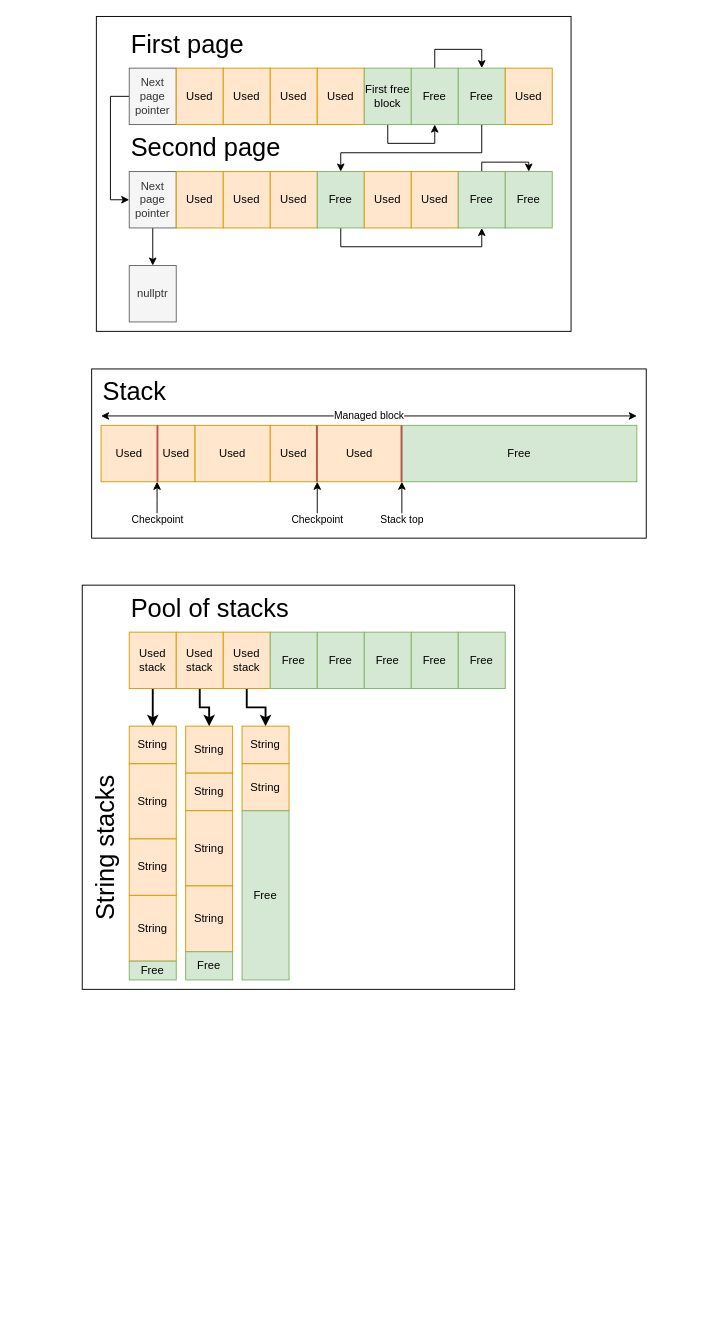
Above: assets_source/diagrams/EmergenceMemoryManagement.drawio in KonstantinTomashevich/what-kind-of-developer-are-you.gihub.io (draw.io), before the change. Source tidied: cells renumbered, new cells numbered last; positions are measured from the earlier drawing's top-left corner, leaving out a move shared by most shapes. Both pictures are drawn from the tidied source at 94%, with x=0, y=0 at pixel (82, 16).
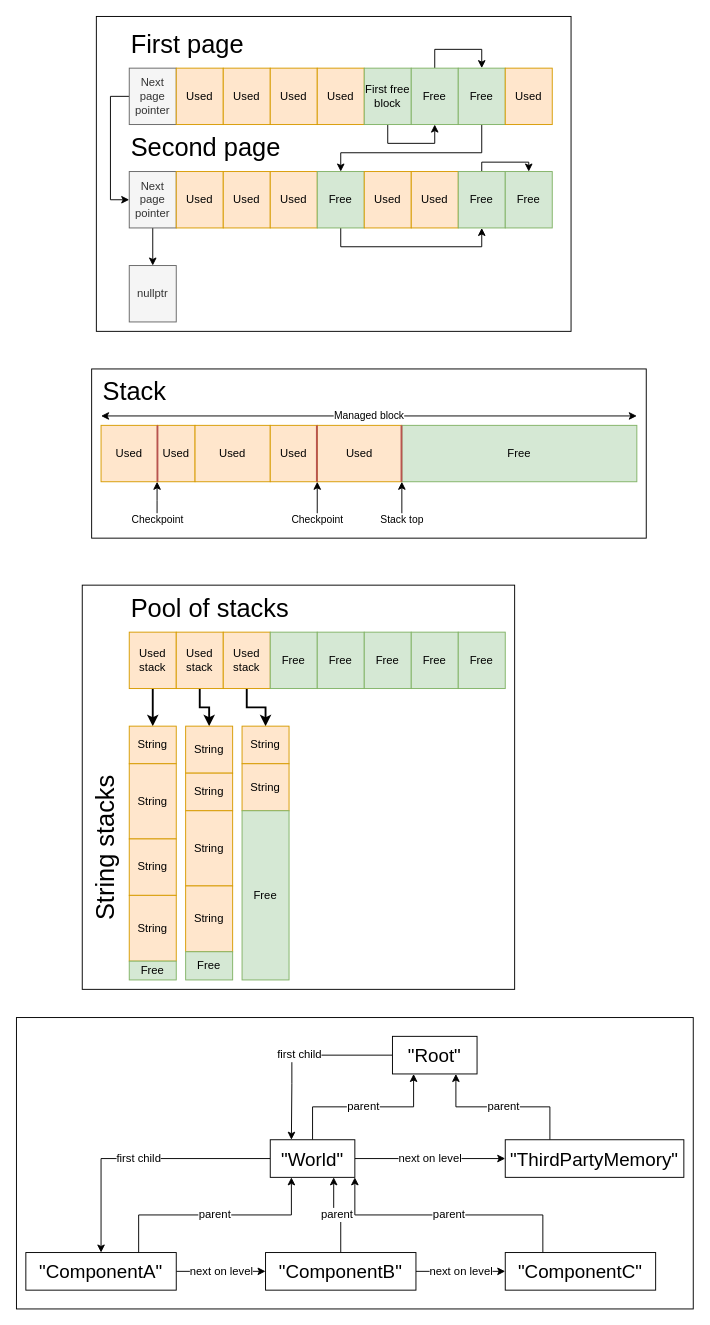
The same diagram, later.

Diff of the diagram source:
```diff
@@
+    <mxCell id="73" style="rounded=0;whiteSpace=wrap;html=1;shadow=0;glass=0;labelBackgroundColor=none;labelBorderColor=none;sketch=0;fontSize=24;" parent="1" vertex="1">
+      <mxGeometry x="-70" y="1065" width="720" height="310" as="geometry" />
+    </mxCell>
@@
+    <mxCell id="74" value="first child" style="edgeStyle=orthogonalEdgeStyle;rounded=0;jettySize=auto;html=1;exitX=0;exitY=0.5;exitDx=0;exitDy=0;entryX=0.25;entryY=0;entryDx=0;entryDy=0;fontSize=12;" parent="1" edge="1" source="75" target="79">
+      <mxGeometry relative="1" as="geometry">
+        <Array as="points">
+          <mxPoint x="223" y="1105" />
+          <mxPoint x="223" y="1135" />
+        </Array>
+      </mxGeometry>
+    </mxCell>
+    <mxCell id="75" value="&lt;font style=&quot;font-size: 20px;&quot;&gt;&quot;Root&quot;&lt;/font&gt;" style="rounded=0;whiteSpace=wrap;html=1;" parent="1" vertex="1">
+      <mxGeometry x="330" y="1085" width="90" height="40" as="geometry" />
+    </mxCell>
+    <mxCell id="76" value="parent" style="edgeStyle=orthogonalEdgeStyle;rounded=0;jettySize=auto;html=1;exitX=0.5;exitY=0;exitDx=0;exitDy=0;entryX=0.25;entryY=1;entryDx=0;entryDy=0;fontSize=12;" parent="1" edge="1" source="79" target="75">
+      <mxGeometry relative="1" as="geometry" />
+    </mxCell>
+    <mxCell id="77" value="next on level" style="edgeStyle=orthogonalEdgeStyle;rounded=0;jettySize=auto;html=1;exitX=1;exitY=0.5;exitDx=0;exitDy=0;entryX=0;entryY=0.5;entryDx=0;entryDy=0;fontSize=12;" parent="1" edge="1" source="79" target="81">
+      <mxGeometry relative="1" as="geometry" />
+    </mxCell>
+    <mxCell id="78" value="first child" style="edgeStyle=orthogonalEdgeStyle;rounded=0;jettySize=auto;html=1;exitX=0;exitY=0.5;exitDx=0;exitDy=0;entryX=0.5;entryY=0;entryDx=0;entryDy=0;fontSize=12;" parent="1" edge="1" source="79" target="84">
+      <mxGeometry relative="1" as="geometry" />
+    </mxCell>
+    <mxCell id="79" value="&lt;span style=&quot;font-size: 20px;&quot;&gt;&quot;World&quot;&lt;/span&gt;" style="rounded=0;whiteSpace=wrap;html=1;" parent="1" vertex="1">
+      <mxGeometry x="200" y="1195" width="90" height="40" as="geometry" />
+    </mxCell>
+    <mxCell id="80" value="parent" style="edgeStyle=orthogonalEdgeStyle;rounded=0;jettySize=auto;html=1;exitX=0.25;exitY=0;exitDx=0;exitDy=0;entryX=0.75;entryY=1;entryDx=0;entryDy=0;fontSize=12;" parent="1" edge="1" source="81" target="75">
+      <mxGeometry relative="1" as="geometry" />
+    </mxCell>
+    <mxCell id="81" value="&lt;span style=&quot;font-size: 20px;&quot;&gt;&quot;ThirdPartyMemory&quot;&lt;/span&gt;" style="rounded=0;whiteSpace=wrap;html=1;" parent="1" vertex="1">
+      <mxGeometry x="450" y="1195" width="190" height="40" as="geometry" />
+    </mxCell>
+    <mxCell id="82" value="parent" style="edgeStyle=orthogonalEdgeStyle;rounded=0;jettySize=auto;html=1;exitX=0.75;exitY=0;exitDx=0;exitDy=0;entryX=0.25;entryY=1;entryDx=0;entryDy=0;fontSize=12;" parent="1" edge="1" source="84" target="79">
+      <mxGeometry relative="1" as="geometry" />
+    </mxCell>
+    <mxCell id="83" value="next on level" style="edgeStyle=orthogonalEdgeStyle;rounded=0;jettySize=auto;html=1;exitX=1;exitY=0.5;exitDx=0;exitDy=0;entryX=0;entryY=0.5;entryDx=0;entryDy=0;fontSize=12;" parent="1" edge="1" source="84" target="87">
+      <mxGeometry relative="1" as="geometry" />
+    </mxCell>
+    <mxCell id="84" value="&lt;span style=&quot;font-size: 20px;&quot;&gt;&quot;ComponentA&quot;&lt;/span&gt;" style="rounded=0;whiteSpace=wrap;html=1;" parent="1" vertex="1">
+      <mxGeometry x="-60" y="1315" width="160" height="40" as="geometry" />
+    </mxCell>
+    <mxCell id="85" value="parent" style="edgeStyle=orthogonalEdgeStyle;rounded=0;jettySize=auto;html=1;exitX=0.5;exitY=0;exitDx=0;exitDy=0;entryX=0.75;entryY=1;entryDx=0;entryDy=0;fontSize=12;" parent="1" edge="1" source="87" target="79">
+      <mxGeometry relative="1" as="geometry" />
+    </mxCell>
+    <mxCell id="86" value="next on level" style="edgeStyle=orthogonalEdgeStyle;rounded=0;jettySize=auto;html=1;exitX=1;exitY=0.5;exitDx=0;exitDy=0;entryX=0;entryY=0.5;entryDx=0;entryDy=0;fontSize=12;" parent="1" edge="1" source="87" target="89">
+      <mxGeometry relative="1" as="geometry" />
+    </mxCell>
+    <mxCell id="87" value="&lt;span style=&quot;font-size: 20px;&quot;&gt;&quot;ComponentB&quot;&lt;/span&gt;" style="rounded=0;whiteSpace=wrap;html=1;" parent="1" vertex="1">
+      <mxGeometry x="195" y="1315" width="160" height="40" as="geometry" />
+    </mxCell>
+    <mxCell id="88" value="parent" style="edgeStyle=orthogonalEdgeStyle;rounded=0;jettySize=auto;html=1;exitX=0.25;exitY=0;exitDx=0;exitDy=0;entryX=1;entryY=1;entryDx=0;entryDy=0;fontSize=12;" parent="1" edge="1" source="89" target="79">
+      <mxGeometry relative="1" as="geometry" />
+    </mxCell>
+    <mxCell id="89" value="&lt;span style=&quot;font-size: 20px;&quot;&gt;&quot;ComponentC&quot;&lt;/span&gt;" style="rounded=0;whiteSpace=wrap;html=1;" parent="1" vertex="1">
+      <mxGeometry x="450" y="1315" width="160" height="40" as="geometry" />
+    </mxCell>
```
